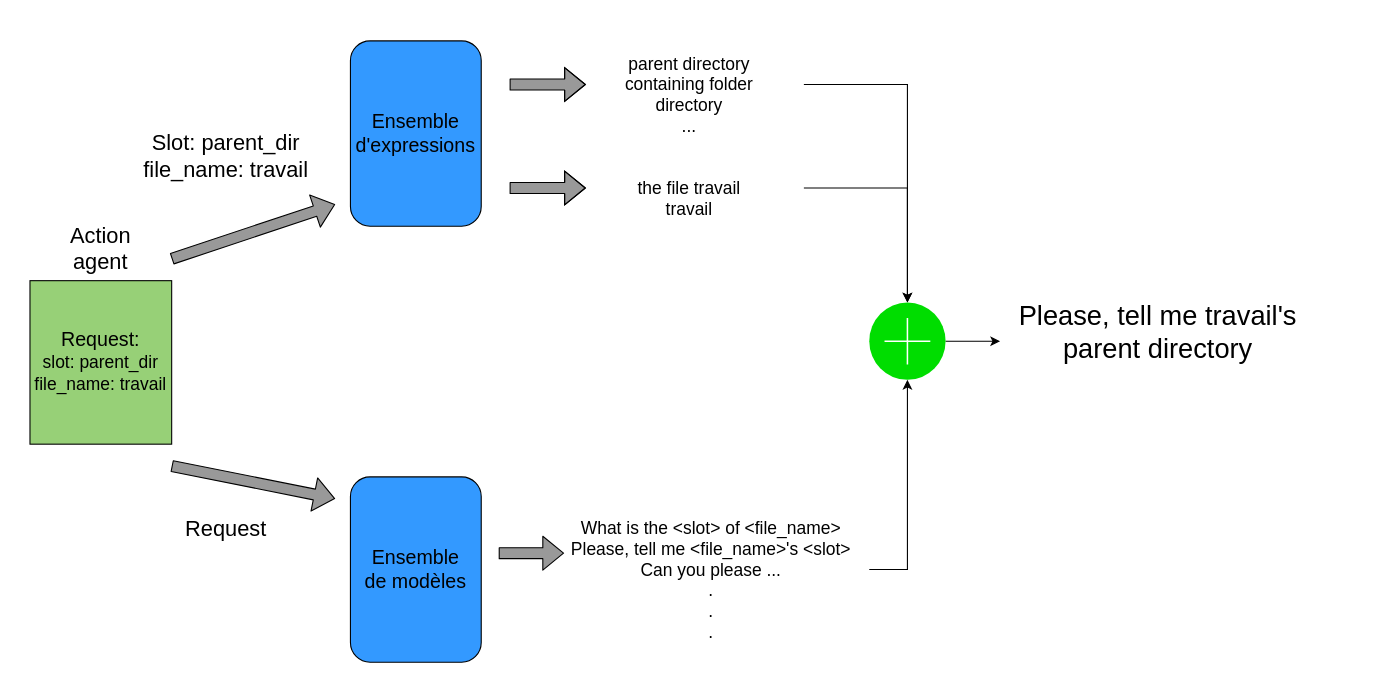
Before: images/Conception/NLG.drawio in Wissben/Master-Thesis, a draw.io diagram. Source tidied: cells renumbered, new cells numbered last; positions are measured from the earlier drawing's top-left corner, leaving out a move shared by most shapes. Both pictures are drawn from the tidied source at 109%, with x=0, y=0 at pixel (29, 40).
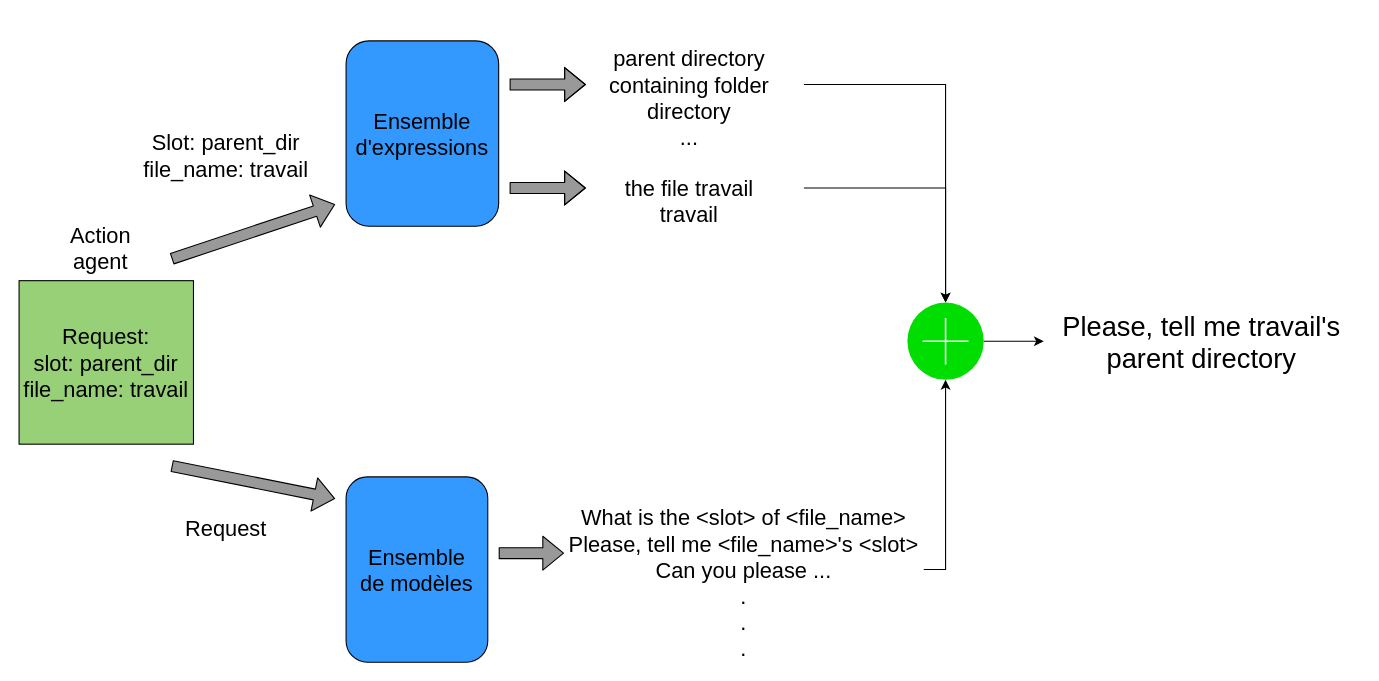
After the change.

Change to the diagram source:
```diff
@@
-    <mxCell id="2" value="&lt;div style=&quot;font-size: 18px&quot;&gt;&lt;font style=&quot;font-size: 18px&quot;&gt;Request:&lt;/font&gt;&lt;/div&gt;&lt;div style=&quot;font-size: 16px&quot;&gt;&lt;font style=&quot;font-size: 16px&quot;&gt;slot: parent_dir&lt;/font&gt;&lt;/div&gt;&lt;div style=&quot;font-size: 18px&quot;&gt;&lt;font style=&quot;font-size: 16px&quot;&gt;file_name: travail&lt;/font&gt;&lt;font style=&quot;font-size: 18px&quot;&gt;&lt;br&gt;&lt;/font&gt;&lt;/div&gt;" style="rounded=0;whiteSpace=wrap;html=1;strokeColor=#000000;fillColor=#97D077;" parent="1" vertex="1">
-      <mxGeometry y="220" width="130" height="150" as="geometry" />
+    <mxCell id="2" value="&lt;div style=&quot;font-size: 20px&quot;&gt;&lt;font style=&quot;font-size: 20px&quot;&gt;Request:&lt;/font&gt;&lt;/div&gt;&lt;div style=&quot;font-size: 20px&quot;&gt;&lt;font style=&quot;font-size: 20px&quot;&gt;slot: parent_dir&lt;/font&gt;&lt;/div&gt;&lt;div style=&quot;font-size: 20px&quot;&gt;&lt;font style=&quot;font-size: 20px&quot;&gt;file_name: travail&lt;/font&gt;&lt;font style=&quot;font-size: 20px&quot;&gt;&lt;br&gt;&lt;/font&gt;&lt;/div&gt;" style="rounded=0;whiteSpace=wrap;html=1;strokeColor=#000000;fillColor=#97D077;" parent="1" vertex="1">
+      <mxGeometry x="-10" y="220" width="160" height="150" as="geometry" />
     </mxCell>
@@
-    <mxCell id="4" value="&lt;div style=&quot;font-size: 18px&quot;&gt;&lt;font style=&quot;font-size: 18px&quot;&gt;Ensemble&lt;/font&gt;&lt;/div&gt;&lt;div style=&quot;font-size: 18px&quot;&gt;&lt;font style=&quot;font-size: 18px&quot;&gt;d'expressions&lt;/font&gt;&lt;br&gt;&lt;/div&gt;" style="rounded=1;whiteSpace=wrap;html=1;strokeColor=#000000;fillColor=#3399FF;" parent="1" vertex="1">
-      <mxGeometry x="294" width="120" height="170" as="geometry" />
+    <mxCell id="4" value="&lt;div style=&quot;font-size: 20px&quot;&gt;&lt;font style=&quot;font-size: 20px&quot;&gt;Ensemble&lt;/font&gt;&lt;/div&gt;&lt;div style=&quot;font-size: 20px&quot;&gt;&lt;font style=&quot;font-size: 20px&quot;&gt;d'expressions&lt;/font&gt;&lt;font style=&quot;font-size: 20px&quot;&gt;&lt;br&gt;&lt;/font&gt;&lt;/div&gt;" style="rounded=1;whiteSpace=wrap;html=1;strokeColor=#000000;fillColor=#3399FF;" parent="1" vertex="1">
+      <mxGeometry x="290" width="140" height="170" as="geometry" />
     </mxCell>
-    <mxCell id="5" value="&lt;div style=&quot;font-size: 18px&quot;&gt;&lt;font style=&quot;font-size: 18px&quot;&gt;Ensemble&lt;/font&gt;&lt;/div&gt;&lt;div style=&quot;font-size: 18px&quot;&gt;&lt;font style=&quot;font-size: 18px&quot;&gt;de modèles&lt;br&gt;&lt;/font&gt;&lt;/div&gt;" style="rounded=1;whiteSpace=wrap;html=1;strokeColor=#000000;fillColor=#3399FF;" parent="1" vertex="1">
-      <mxGeometry x="294" y="400" width="120" height="170" as="geometry" />
+    <mxCell id="5" value="&lt;div style=&quot;font-size: 20px&quot;&gt;&lt;font style=&quot;font-size: 20px&quot;&gt;Ensemble&lt;/font&gt;&lt;/div&gt;&lt;div style=&quot;font-size: 20px&quot;&gt;&lt;font style=&quot;font-size: 20px&quot;&gt;de modèles&lt;br&gt;&lt;/font&gt;&lt;/div&gt;" style="rounded=1;whiteSpace=wrap;html=1;strokeColor=#000000;fillColor=#3399FF;" parent="1" vertex="1">
+      <mxGeometry x="290" y="400" width="130" height="170" as="geometry" />
     </mxCell>
@@
-    <mxCell id="13" value="&lt;font style=&quot;font-size: 16px&quot;&gt;&lt;br&gt;&lt;/font&gt;&lt;div style=&quot;font-size: 16px&quot;&gt;&lt;font style=&quot;font-size: 16px&quot;&gt;What is the &amp;lt;slot&amp;gt; of &amp;lt;file_name&amp;gt;&lt;/font&gt;&lt;/div&gt;&lt;div style=&quot;font-size: 16px&quot;&gt;&lt;font style=&quot;font-size: 16px&quot;&gt;Please, tell me &amp;lt;file_name&amp;gt;'s &amp;lt;slot&amp;gt;&lt;/font&gt;&lt;/div&gt;&lt;div style=&quot;font-size: 16px&quot;&gt;&lt;font style=&quot;font-size: 16px&quot;&gt;Can you please ...&lt;/font&gt;&lt;/div&gt;&lt;div style=&quot;font-size: 16px&quot;&gt;&lt;font style=&quot;font-size: 16px&quot;&gt;.&lt;/font&gt;&lt;/div&gt;&lt;div style=&quot;font-size: 16px&quot;&gt;&lt;font style=&quot;font-size: 16px&quot;&gt;.&lt;/font&gt;&lt;/div&gt;&lt;div style=&quot;font-size: 16px&quot;&gt;&lt;font style=&quot;font-size: 16px&quot;&gt;.&lt;br&gt;&lt;/font&gt;&lt;/div&gt;" style="text;html=1;strokeColor=none;fillColor=none;align=center;verticalAlign=middle;whiteSpace=wrap;rounded=0;rotation=0;" parent="1" vertex="1">
-      <mxGeometry x="480" y="475" width="290" height="20" as="geometry" />
+    <mxCell id="13" value="&lt;font style=&quot;font-size: 20px&quot;&gt;&lt;br&gt;&lt;/font&gt;&lt;div style=&quot;font-size: 20px&quot;&gt;&lt;font style=&quot;font-size: 20px&quot;&gt;What is the &amp;lt;slot&amp;gt; of &amp;lt;file_name&amp;gt;&lt;/font&gt;&lt;/div&gt;&lt;div style=&quot;font-size: 20px&quot;&gt;&lt;font style=&quot;font-size: 20px&quot;&gt;Please, tell me &amp;lt;file_name&amp;gt;'s &amp;lt;slot&amp;gt;&lt;/font&gt;&lt;/div&gt;&lt;div style=&quot;font-size: 20px&quot;&gt;&lt;font style=&quot;font-size: 20px&quot;&gt;Can you please ...&lt;/font&gt;&lt;/div&gt;&lt;div style=&quot;font-size: 20px&quot;&gt;&lt;font style=&quot;font-size: 20px&quot;&gt;.&lt;/font&gt;&lt;/div&gt;&lt;div style=&quot;font-size: 20px&quot;&gt;&lt;font style=&quot;font-size: 20px&quot;&gt;.&lt;/font&gt;&lt;/div&gt;&lt;div style=&quot;font-size: 20px&quot;&gt;&lt;font style=&quot;font-size: 20px&quot;&gt;.&lt;br&gt;&lt;/font&gt;&lt;/div&gt;" style="text;html=1;strokeColor=none;fillColor=none;align=center;verticalAlign=middle;whiteSpace=wrap;rounded=0;rotation=0;" parent="1" vertex="1">
+      <mxGeometry x="490" y="475" width="330" height="20" as="geometry" />
     </mxCell>
@@
-    <mxCell id="15" value="&lt;font style=&quot;font-size: 16px&quot;&gt;&lt;br&gt;&lt;/font&gt;&lt;div style=&quot;font-size: 16px&quot;&gt;&lt;font style=&quot;font-size: 16px&quot;&gt;parent directory&lt;br&gt;&lt;/font&gt;&lt;/div&gt;&lt;div style=&quot;font-size: 16px&quot;&gt;&lt;font style=&quot;font-size: 16px&quot;&gt;containing folder&lt;br&gt;&lt;/font&gt;&lt;/div&gt;&lt;div style=&quot;font-size: 16px&quot;&gt;&lt;font style=&quot;font-size: 16px&quot;&gt;directory&lt;/font&gt;&lt;/div&gt;&lt;div style=&quot;font-size: 16px&quot;&gt;&lt;font style=&quot;font-size: 16px&quot;&gt;...&lt;br&gt;&lt;/font&gt;&lt;/div&gt;" style="text;html=1;strokeColor=none;fillColor=none;align=center;verticalAlign=middle;whiteSpace=wrap;rounded=0;rotation=0;" parent="1" vertex="1">
+    <mxCell id="15" value="&lt;font style=&quot;font-size: 20px&quot;&gt;&lt;br&gt;&lt;/font&gt;&lt;div style=&quot;font-size: 20px&quot;&gt;&lt;font style=&quot;font-size: 20px&quot;&gt;parent directory&lt;br&gt;&lt;/font&gt;&lt;/div&gt;&lt;div style=&quot;font-size: 20px&quot;&gt;&lt;font style=&quot;font-size: 20px&quot;&gt;containing folder&lt;br&gt;&lt;/font&gt;&lt;/div&gt;&lt;div style=&quot;font-size: 20px&quot;&gt;&lt;font style=&quot;font-size: 20px&quot;&gt;directory&lt;/font&gt;&lt;/div&gt;&lt;div style=&quot;font-size: 20px&quot;&gt;&lt;font style=&quot;font-size: 20px&quot;&gt;...&lt;br&gt;&lt;/font&gt;&lt;/div&gt;" style="text;html=1;strokeColor=none;fillColor=none;align=center;verticalAlign=middle;whiteSpace=wrap;rounded=0;rotation=0;" parent="1" vertex="1">
       <mxGeometry x="500" y="30" width="210" height="20" as="geometry" />
     </mxCell>
@@
-    <mxCell id="18" value="&lt;font style=&quot;font-size: 16px&quot;&gt;&lt;br&gt;&lt;/font&gt;&lt;div style=&quot;font-size: 16px&quot;&gt;&lt;font style=&quot;font-size: 16px&quot;&gt;the file travail&lt;/font&gt;&lt;/div&gt;&lt;div style=&quot;font-size: 16px&quot;&gt;&lt;font style=&quot;font-size: 16px&quot;&gt;travail&lt;br&gt;&lt;/font&gt;&lt;/div&gt;" style="text;html=1;strokeColor=none;fillColor=none;align=center;verticalAlign=middle;whiteSpace=wrap;rounded=0;rotation=0;" parent="1" vertex="1">
+    <mxCell id="18" value="&lt;font style=&quot;font-size: 20px&quot;&gt;&lt;br&gt;&lt;/font&gt;&lt;div style=&quot;font-size: 20px&quot;&gt;&lt;font style=&quot;font-size: 20px&quot;&gt;the file travail&lt;/font&gt;&lt;/div&gt;&lt;div style=&quot;font-size: 20px&quot;&gt;&lt;font style=&quot;font-size: 20px&quot;&gt;travail&lt;br&gt;&lt;/font&gt;&lt;/div&gt;" style="text;html=1;strokeColor=none;fillColor=none;align=center;verticalAlign=middle;whiteSpace=wrap;rounded=0;rotation=0;" parent="1" vertex="1">
       <mxGeometry x="500" y="125" width="210" height="20" as="geometry" />
     </mxCell>
-    <mxCell id="19" style="edgeStyle=orthogonalEdgeStyle;rounded=0;jettySize=auto;html=1;exitX=1;exitY=0.5;exitDx=0;exitDy=0;exitPerimeter=0;strokeColor=#000000;fillColor=#999999;" parent="1" edge="1" source="20">
-      <mxGeometry relative="1" as="geometry">
-        <mxPoint x="890" y="275.6" as="targetPoint" />
-      </mxGeometry>
-    </mxCell>
+    <mxCell id="22" style="edgeStyle=orthogonalEdgeStyle;rounded=0;jettySize=auto;html=1;exitX=1;exitY=0.5;exitDx=0;exitDy=0;exitPerimeter=0;entryX=0;entryY=0.5;entryDx=0;entryDy=0;" parent="1" edge="1" source="20" target="21">
+      <mxGeometry relative="1" as="geometry" />
+    </mxCell>
     <mxCell id="20" style="html=1;verticalLabelPosition=bottom;labelBackgroundColor=#ffffff;verticalAlign=top;shadow=0;dashed=0;strokeWidth=2;shape=mxgraph.ios7.misc.add;fillColor=#00dd00;strokeColor=#ffffff;" parent="1" vertex="1">
-      <mxGeometry x="770" y="240" width="70" height="71" as="geometry" />
+      <mxGeometry x="805" y="240" width="70" height="71" as="geometry" />
     </mxCell>
     <mxCell id="21" value="&lt;div style=&quot;font-size: 25px&quot;&gt;&lt;font style=&quot;font-size: 25px&quot;&gt;Please, tell me travail's &lt;br&gt;&lt;/font&gt;&lt;/div&gt;&lt;div style=&quot;font-size: 25px&quot;&gt;&lt;font style=&quot;font-size: 25px&quot;&gt;parent directory&lt;/font&gt;&lt;/div&gt;" style="text;html=1;strokeColor=none;fillColor=none;align=center;verticalAlign=middle;whiteSpace=wrap;rounded=0;rotation=0;" parent="1" vertex="1">
-      <mxGeometry x="890.1" y="255.5" width="290" height="20" as="geometry" />
+      <mxGeometry x="930.1" y="265.5" width="290" height="20" as="geometry" />
     </mxCell>
```
